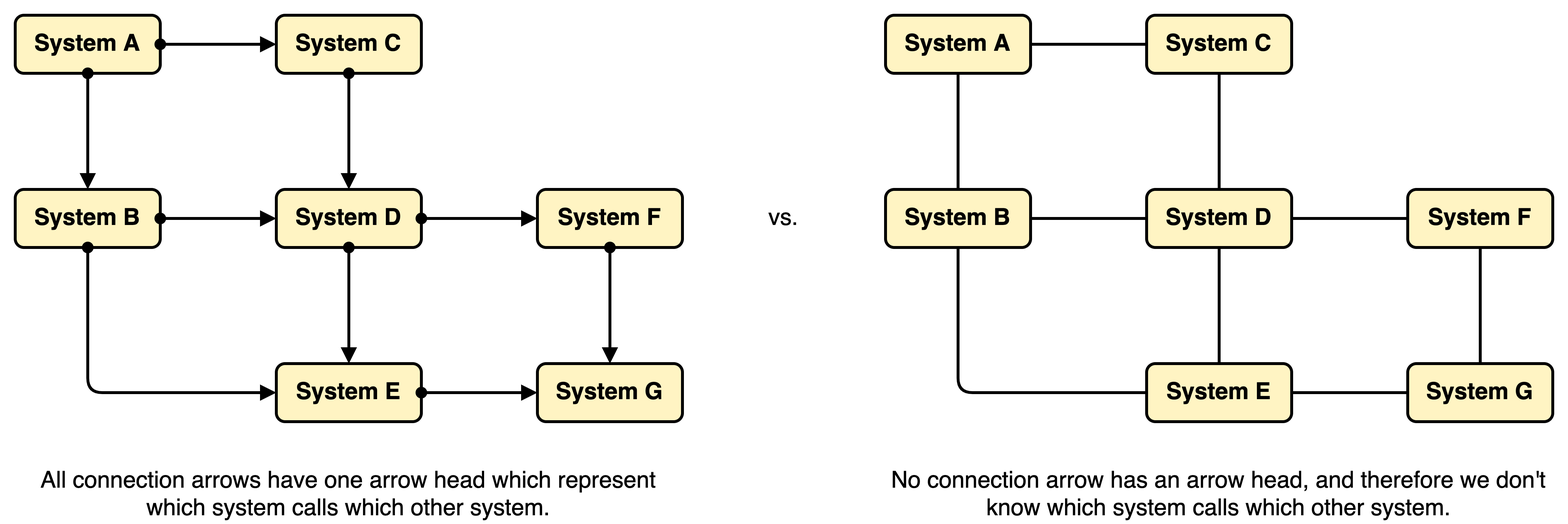
The draw.io diagram diagrams/connectionarrow-guideline_at-least-one-arrow-head.png in martinleggewie/visual-tips-for-creating-schematic-diagrams, before a commit. Source tidied: cells renumbered, new cells last; positions are measured from the earlier drawing's top-left corner, leaving out a move shared by most shapes.
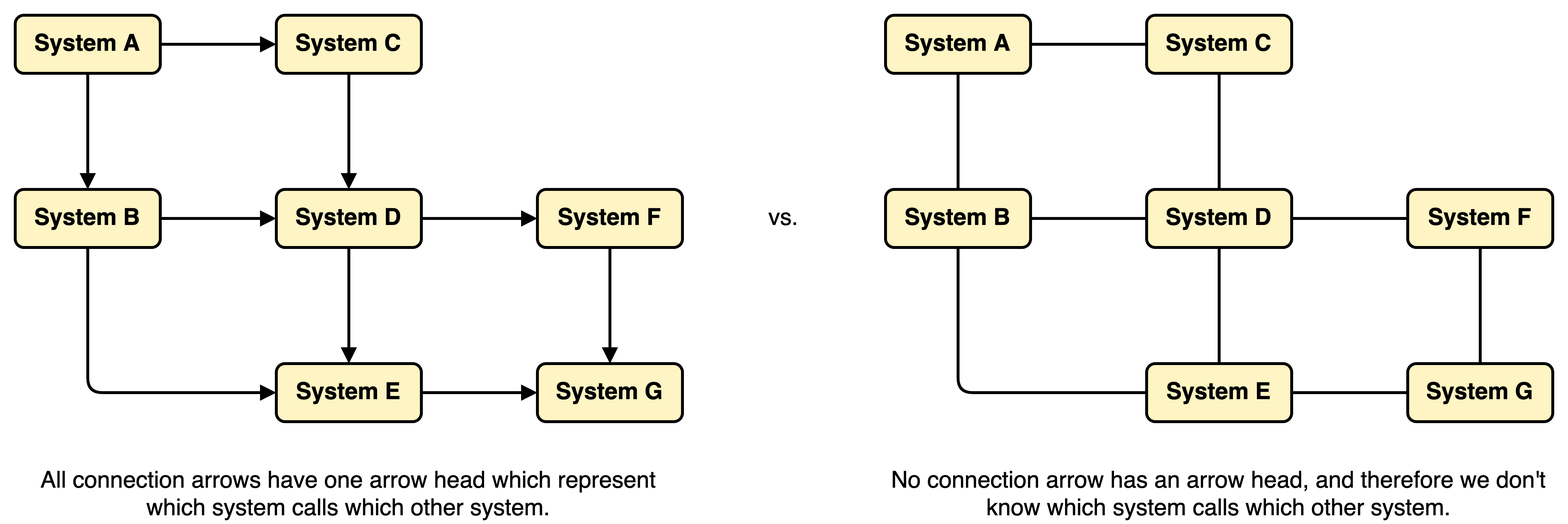
Later version of the same file.

What changed in the source:
```diff
@@ -9,16 +9,16 @@
     <mxCell id="4" value="System A" style="rounded=1;whiteSpace=wrap;html=1;strokeWidth=2;fontSize=16;fontStyle=1;fillColor=#FFF4C3;" parent="3" vertex="1">
       <mxGeometry x="10" y="10" width="100" height="40" as="geometry" />
     </mxCell>
-    <mxCell id="5" style="rounded=0;jettySize=auto;html=1;fontSize=16;endArrow=block;endFill=1;startArrow=oval;startFill=1;strokeWidth=2;" parent="3" edge="1" source="4" target="11">
+    <mxCell id="5" style="rounded=0;jettySize=auto;html=1;fontSize=16;endArrow=block;endFill=1;startArrow=none;startFill=0;strokeWidth=2;" parent="3" edge="1" source="4" target="11">
       <mxGeometry relative="1" as="geometry" />
     </mxCell>
     <mxCell id="6" value="System B" style="rounded=1;whiteSpace=wrap;html=1;strokeWidth=2;fontSize=16;fontStyle=1;fillColor=#FFF4C3;" parent="3" vertex="1">
       <mxGeometry x="10" y="130" width="100" height="40" as="geometry" />
     </mxCell>
-    <mxCell id="7" style="edgeStyle=none;rounded=0;jettySize=auto;html=1;startArrow=oval;startFill=1;endArrow=block;endFill=1;strokeWidth=2;fontSize=16;" parent="3" edge="1" source="4" target="6">
+    <mxCell id="7" style="edgeStyle=none;rounded=0;jettySize=auto;html=1;startArrow=none;startFill=0;endArrow=block;endFill=1;strokeWidth=2;fontSize=16;" parent="3" edge="1" source="4" target="6">
       <mxGeometry relative="1" as="geometry" />
     </mxCell>
-    <mxCell id="8" style="rounded=0;jettySize=auto;html=1;fontSize=16;endArrow=block;endFill=1;startArrow=oval;startFill=1;strokeWidth=2;" parent="3" edge="1" source="6" target="13">
+    <mxCell id="8" style="rounded=0;jettySize=auto;html=1;fontSize=16;endArrow=block;endFill=1;startArrow=none;startFill=0;strokeWidth=2;" parent="3" edge="1" source="6" target="13">
       <mxGeometry relative="1" as="geometry" />
     </mxCell>
     <mxCell id="9" value="All connection arrows have one arrow head which represent which system calls which other system." style="text;html=1;strokeColor=none;fillColor=none;align=center;verticalAlign=middle;whiteSpace=wrap;rounded=0;fontSize=16;" parent="3" vertex="1">
@@ -42,26 +42,26 @@
     <mxCell id="15" value="System G" style="rounded=1;whiteSpace=wrap;html=1;strokeWidth=2;fontSize=16;fontStyle=1;fillColor=#FFF4C3;" parent="3" vertex="1">
       <mxGeometry x="370" y="250" width="100" height="40" as="geometry" />
     </mxCell>
-    <mxCell id="16" style="edgeStyle=none;rounded=1;jettySize=auto;html=1;fontSize=16;startArrow=oval;startFill=1;endArrow=block;endFill=1;strokeWidth=2;" parent="3" edge="1" source="6" target="12">
+    <mxCell id="16" style="edgeStyle=none;rounded=1;jettySize=auto;html=1;fontSize=16;startArrow=none;startFill=0;endArrow=block;endFill=1;strokeWidth=2;" parent="3" edge="1" source="6" target="12">
       <mxGeometry relative="1" as="geometry">
         <Array as="points">
           <mxPoint x="60" y="270" />
         </Array>
       </mxGeometry>
     </mxCell>
-    <mxCell id="17" style="edgeStyle=none;rounded=0;jettySize=auto;html=1;fontSize=16;startArrow=oval;startFill=1;endArrow=block;endFill=1;strokeWidth=2;" parent="3" edge="1" source="12" target="15">
+    <mxCell id="17" style="edgeStyle=none;rounded=0;jettySize=auto;html=1;fontSize=16;startArrow=none;startFill=0;endArrow=block;endFill=1;strokeWidth=2;" parent="3" edge="1" source="12" target="15">
       <mxGeometry relative="1" as="geometry" />
     </mxCell>
-    <mxCell id="18" style="edgeStyle=none;rounded=0;jettySize=auto;html=1;fontSize=16;startArrow=oval;startFill=1;endArrow=block;endFill=1;strokeWidth=2;" parent="3" edge="1" source="14" target="15">
+    <mxCell id="18" style="edgeStyle=none;rounded=0;jettySize=auto;html=1;fontSize=16;startArrow=none;startFill=0;endArrow=block;endFill=1;strokeWidth=2;" parent="3" edge="1" source="14" target="15">
       <mxGeometry relative="1" as="geometry" />
     </mxCell>
-    <mxCell id="19" style="edgeStyle=none;rounded=0;jettySize=auto;html=1;fontSize=16;startArrow=oval;startFill=1;endArrow=block;endFill=1;strokeWidth=2;" parent="3" edge="1" source="13" target="12">
+    <mxCell id="19" style="edgeStyle=none;rounded=0;jettySize=auto;html=1;fontSize=16;startArrow=none;startFill=0;endArrow=block;endFill=1;strokeWidth=2;" parent="3" edge="1" source="13" target="12">
       <mxGeometry relative="1" as="geometry" />
     </mxCell>
-    <mxCell id="20" style="edgeStyle=none;rounded=0;jettySize=auto;html=1;fontSize=16;startArrow=oval;startFill=1;endArrow=block;endFill=1;strokeWidth=2;" parent="3" edge="1" source="13" target="14">
+    <mxCell id="20" style="edgeStyle=none;rounded=0;jettySize=auto;html=1;fontSize=16;startArrow=none;startFill=0;endArrow=block;endFill=1;strokeWidth=2;" parent="3" edge="1" source="13" target="14">
       <mxGeometry relative="1" as="geometry" />
     </mxCell>
-    <mxCell id="21" style="edgeStyle=none;rounded=0;jettySize=auto;html=1;fontSize=16;startArrow=oval;startFill=1;endArrow=block;endFill=1;strokeWidth=2;" parent="3" edge="1" source="11" target="13">
+    <mxCell id="21" style="edgeStyle=none;rounded=0;jettySize=auto;html=1;fontSize=16;startArrow=none;startFill=0;endArrow=block;endFill=1;strokeWidth=2;" parent="3" edge="1" source="11" target="13">
       <mxGeometry relative="1" as="geometry" />
     </mxCell>
     <mxCell id="22" value="System A" style="rounded=1;whiteSpace=wrap;html=1;strokeWidth=2;fontSize=16;fontStyle=1;fillColor=#FFF4C3;" parent="3" vertex="1">
```
